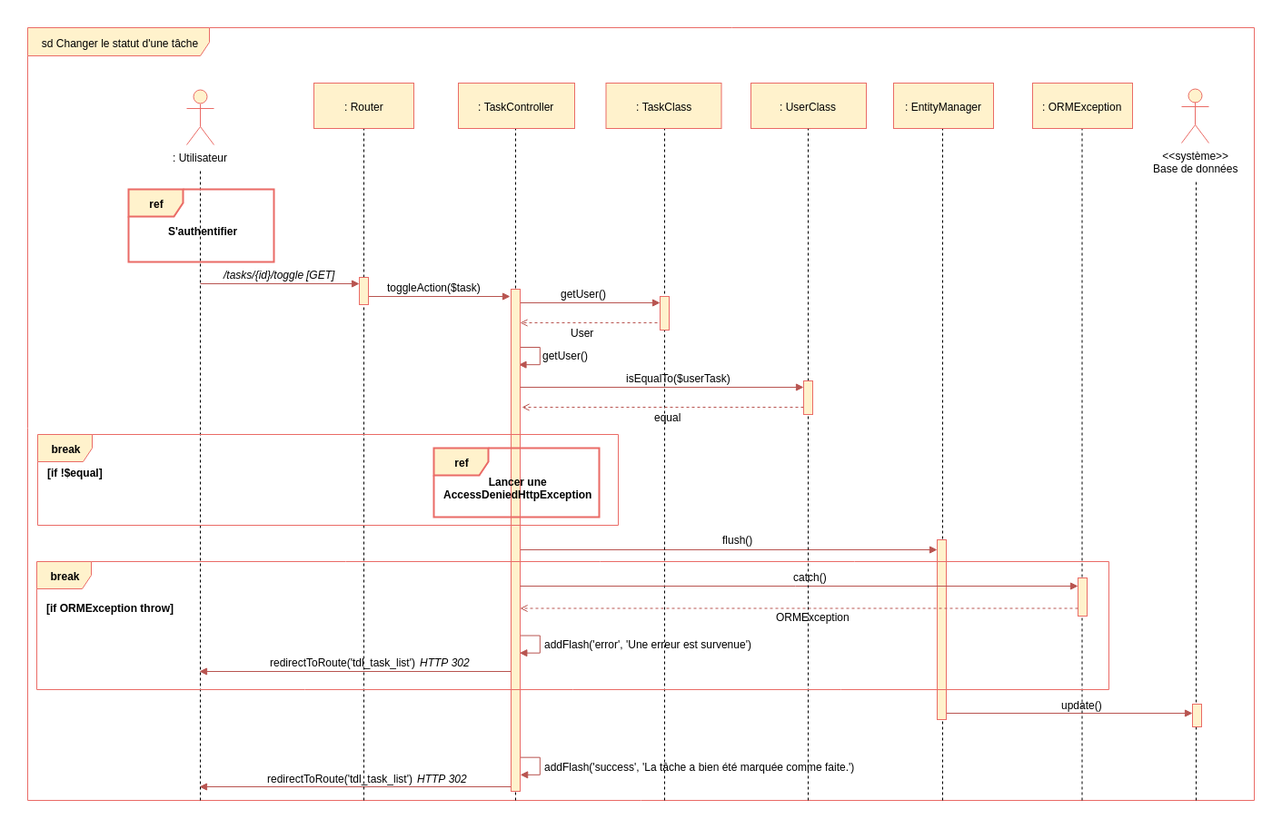
Earlier version of the draw.io export Diagrammes/Changer_statut_tache.png (Thibok/TodoList). Source tidied: cells renumbered, new cells last; positions are measured from the earlier drawing's top-left corner, leaving out a move shared by most shapes.
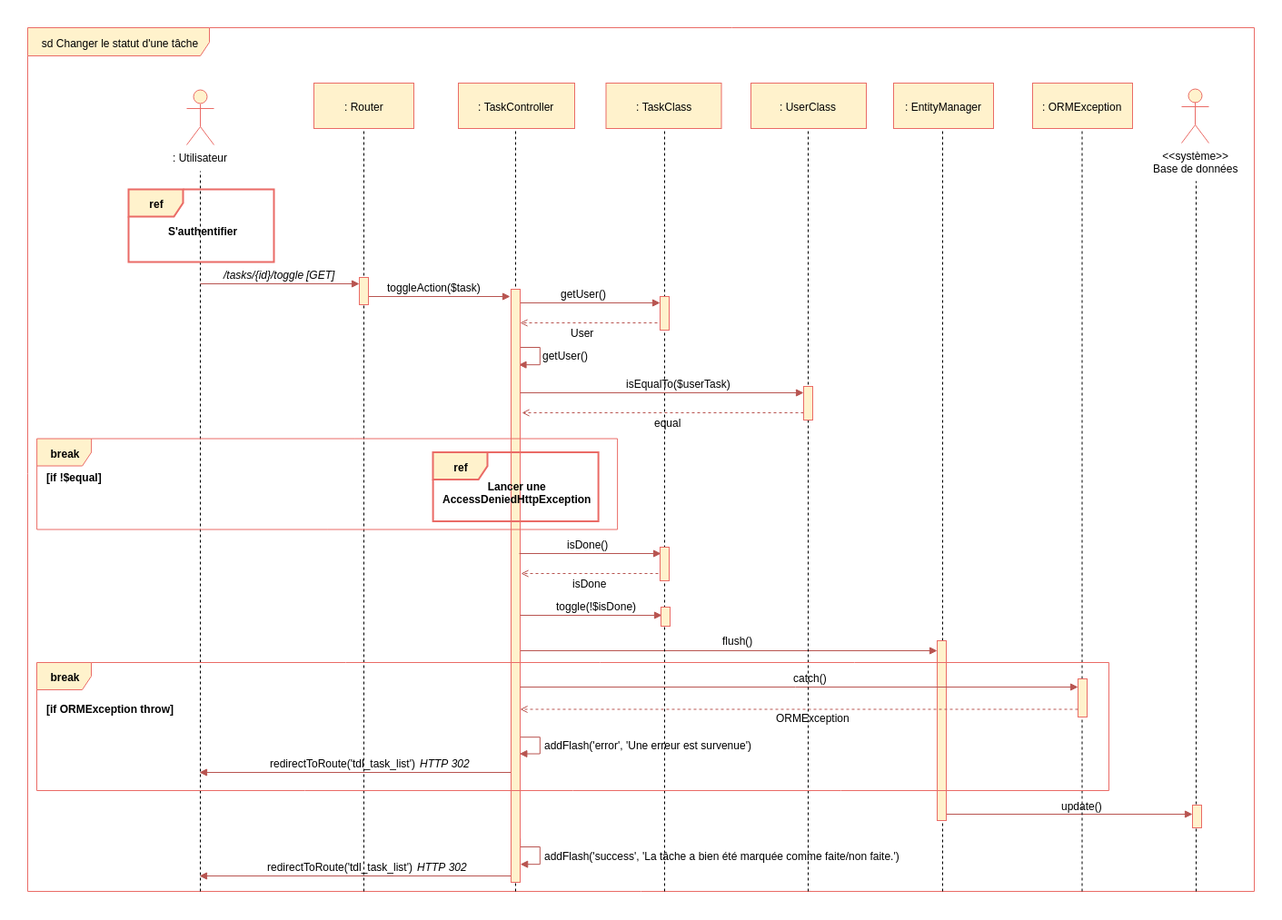
Later version of the same file.

The edit, as a diff of the source:
```diff
@@ -3,46 +3,46 @@
     <mxCell id="0" />
     <mxCell id="1" parent="0" />
     <mxCell id="2" value="sd Changer le statut d'une tâche" style="shape=umlFrame;whiteSpace=wrap;html=1;width=200;height=31;fillColor=#fff2cc;strokeColor=#EA6B66;" parent="1" vertex="1">
-      <mxGeometry width="1350" height="851" as="geometry" />
+      <mxGeometry width="1350" height="951" as="geometry" />
     </mxCell>
     <mxCell id="3" style="endArrow=block;html=1;endFill=1;fillColor=#f8cecc;strokeColor=#b85450;edgeStyle=orthogonalEdgeStyle;rounded=0;entryX=0.91;entryY=0.18;entryDx=0;entryDy=0;entryPerimeter=0;" parent="1" edge="1">
       <mxGeometry relative="1" as="geometry">
-        <mxPoint x="541.5" y="660.5" as="sourcePoint" />
-        <mxPoint x="541.5" y="688.5" as="targetPoint" />
+        <mxPoint x="541.5" y="771.5" as="sourcePoint" />
+        <mxPoint x="541.5" y="799.5" as="targetPoint" />
         <Array as="points">
-          <mxPoint x="542" y="669.9" />
-          <mxPoint x="564" y="669.9" />
-          <mxPoint x="564" y="688.9" />
+          <mxPoint x="542" y="780.9" />
+          <mxPoint x="564" y="780.9" />
+          <mxPoint x="564" y="799.9" />
         </Array>
       </mxGeometry>
     </mxCell>
     <mxCell id="4" style="endArrow=block;html=1;endFill=1;fillColor=#f8cecc;strokeColor=#b85450;edgeStyle=orthogonalEdgeStyle;rounded=0;entryX=0.91;entryY=0.18;entryDx=0;entryDy=0;entryPerimeter=0;" parent="1" edge="1">
       <mxGeometry relative="1" as="geometry">
-        <mxPoint x="542" y="795" as="sourcePoint" />
-        <mxPoint x="542" y="823" as="targetPoint" />
+        <mxPoint x="542" y="893" as="sourcePoint" />
+        <mxPoint x="542" y="921" as="targetPoint" />
         <Array as="points">
-          <mxPoint x="542" y="803.9" />
-          <mxPoint x="564" y="803.9" />
-          <mxPoint x="564" y="822.9" />
+          <mxPoint x="542" y="901.9" />
+          <mxPoint x="564" y="901.9" />
+          <mxPoint x="564" y="920.9" />
         </Array>
       </mxGeometry>
     </mxCell>
     <mxCell id="5" style="endArrow=block;html=1;endFill=1;fillColor=#f8cecc;strokeColor=#b85450;" parent="1" edge="1">
       <mxGeometry relative="1" as="geometry">
-        <mxPoint x="534" y="836" as="sourcePoint" />
-        <mxPoint x="189" y="836" as="targetPoint" />
+        <mxPoint x="534" y="934" as="sourcePoint" />
+        <mxPoint x="189" y="934" as="targetPoint" />
       </mxGeometry>
     </mxCell>
     <mxCell id="6" style="endArrow=block;html=1;endFill=1;fillColor=#f8cecc;strokeColor=#b85450;" parent="1" edge="1">
       <mxGeometry relative="1" as="geometry">
-        <mxPoint x="1010" y="755" as="sourcePoint" />
-        <mxPoint x="1282" y="755" as="targetPoint" />
+        <mxPoint x="1010" y="866" as="sourcePoint" />
+        <mxPoint x="1282" y="866" as="targetPoint" />
       </mxGeometry>
     </mxCell>
     <mxCell id="7" style="endArrow=block;html=1;endFill=1;fillColor=#f8cecc;strokeColor=#b85450;" parent="1" edge="1">
       <mxGeometry relative="1" as="geometry">
-        <mxPoint x="534" y="709" as="sourcePoint" />
-        <mxPoint x="189" y="709" as="targetPoint" />
+        <mxPoint x="534" y="820" as="sourcePoint" />
+        <mxPoint x="189" y="820" as="targetPoint" />
       </mxGeometry>
     </mxCell>
     <mxCell id="8" style="endArrow=block;html=1;endFill=1;fillColor=#f8cecc;strokeColor=#b85450;edgeStyle=orthogonalEdgeStyle;rounded=0;entryX=0.91;entryY=0.18;entryDx=0;entryDy=0;entryPerimeter=0;" parent="1" edge="1">
@@ -70,28 +70,28 @@
     </mxCell>
     <mxCell id="11" style="endArrow=none;dashed=1;html=1;entryX=0.5;entryY=1;" parent="1" edge="1">
       <mxGeometry relative="1" as="geometry">
-        <mxPoint x="1007" y="851" as="sourcePoint" />
+        <mxPoint x="1007" y="951" as="sourcePoint" />
         <mxPoint x="1007" y="101.8" as="targetPoint" />
       </mxGeometry>
     </mxCell>
     <mxCell id="12" style="endArrow=none;dashed=1;html=1;entryX=0.5;entryY=1;exitX=0.276;exitY=1.003;exitPerimeter=0;" parent="1" edge="1">
       <mxGeometry relative="1" as="geometry">
-        <mxPoint x="537" y="851" as="sourcePoint" />
+        <mxPoint x="537" y="951" as="sourcePoint" />
         <mxPoint x="537" y="104" as="targetPoint" />
       </mxGeometry>
     </mxCell>
     <mxCell id="13" style="endArrow=block;html=1;endFill=1;fillColor=#f8cecc;strokeColor=#b85450;" parent="1" edge="1">
       <mxGeometry relative="1" as="geometry">
-        <mxPoint x="542" y="575" as="sourcePoint" />
-        <mxPoint x="1001" y="575" as="targetPoint" />
+        <mxPoint x="542" y="686" as="sourcePoint" />
+        <mxPoint x="1001" y="686" as="targetPoint" />
       </mxGeometry>
     </mxCell>
     <mxCell id="14" style="html=1;perimeter=orthogonalPerimeter;fillColor=#fff2cc;strokeColor=#EA6B66;" parent="1" vertex="1">
-      <mxGeometry x="532" y="288" width="10" height="553" as="geometry" />
+      <mxGeometry x="532" y="288" width="10" height="653" as="geometry" />
     </mxCell>
     <mxCell id="15" style="endArrow=none;dashed=1;html=1;entryX=0.5;entryY=1;" parent="1" edge="1">
       <mxGeometry relative="1" as="geometry">
-        <mxPoint x="701" y="851" as="sourcePoint" />
+        <mxPoint x="701" y="951" as="sourcePoint" />
         <mxPoint x="701" y="104.8" as="targetPoint" />
       </mxGeometry>
     </mxCell>
@@ -103,13 +103,13 @@
     </mxCell>
     <mxCell id="18" style="endArrow=none;dashed=1;html=1;" parent="1" edge="1">
       <mxGeometry relative="1" as="geometry">
-        <mxPoint x="190" y="851" as="sourcePoint" />
+        <mxPoint x="190" y="951" as="sourcePoint" />
         <mxPoint x="190" y="158" as="targetPoint" />
       </mxGeometry>
     </mxCell>
     <mxCell id="19" style="endArrow=none;dashed=1;html=1;entryX=0.5;entryY=1;" parent="1" edge="1">
       <mxGeometry relative="1" as="geometry">
-        <mxPoint x="370" y="851" as="sourcePoint" />
+        <mxPoint x="370" y="951" as="sourcePoint" />
         <mxPoint x="370" y="103.8" as="targetPoint" />
       </mxGeometry>
     </mxCell>
@@ -139,7 +139,7 @@
     </mxCell>
     <mxCell id="26" style="endArrow=none;dashed=1;html=1;" parent="1" edge="1">
       <mxGeometry relative="1" as="geometry">
-        <mxPoint x="1286" y="851" as="sourcePoint" />
+        <mxPoint x="1286" y="951" as="sourcePoint" />
         <mxPoint x="1286" y="169" as="targetPoint" />
       </mxGeometry>
     </mxCell>
@@ -159,10 +159,10 @@
       <mxGeometry x="315" y="61" width="110" height="50" as="geometry" />
     </mxCell>
     <mxCell id="32" value="flush()" style="text;html=1;align=left;verticalAlign=top;spacingTop=-4;" parent="1" vertex="1">
-      <mxGeometry x="763" y="555" width="50" height="10" as="geometry" />
+      <mxGeometry x="763" y="666" width="50" height="10" as="geometry" />
     </mxCell>
     <mxCell id="33" style="html=1;perimeter=orthogonalPerimeter;fillColor=#fff2cc;strokeColor=#EA6B66;" parent="1" vertex="1">
-      <mxGeometry x="1001" y="564" width="10" height="198" as="geometry" />
+      <mxGeometry x="1001" y="675" width="10" height="198" as="geometry" />
     </mxCell>
     <mxCell id="34" value=": TaskController" style="html=1;fillColor=#fff2cc;strokeColor=#EA6B66;" parent="1" vertex="1">
       <mxGeometry x="474" y="61" width="128" height="50" as="geometry" />
@@ -174,10 +174,10 @@
       <mxGeometry x="585" y="284" width="70" height="10" as="geometry" />
     </mxCell>
     <mxCell id="37" style="html=1;perimeter=orthogonalPerimeter;fillColor=#fff2cc;strokeColor=#EA6B66;" parent="1" vertex="1">
-      <mxGeometry x="1282" y="745" width="10" height="25" as="geometry" />
+      <mxGeometry x="1282" y="856" width="10" height="25" as="geometry" />
     </mxCell>
     <mxCell id="38" value="[if ORMException throw]" style="text;html=1;align=left;verticalAlign=top;spacingTop=-4;fontStyle=1;" parent="1" vertex="1">
-      <mxGeometry x="19" y="630.5" width="140" height="10" as="geometry" />
+      <mxGeometry x="19" y="741.5" width="140" height="10" as="geometry" />
     </mxCell>
     <mxCell id="39" value="User" style="text;html=1;align=left;verticalAlign=top;spacingTop=-4;" parent="1" vertex="1">
       <mxGeometry x="596" y="327" width="40" height="10" as="geometry" />
@@ -186,61 +186,61 @@
       <mxGeometry x="565" y="352" width="70" height="10" as="geometry" />
     </mxCell>
     <mxCell id="41" value="[if !$equal]" style="text;html=1;align=left;verticalAlign=top;spacingTop=-4;fontStyle=1;" parent="1" vertex="1">
-      <mxGeometry x="20" y="481" width="70" height="10" as="geometry" />
+      <mxGeometry x="19.1" y="485.5" width="70" height="10" as="geometry" />
     </mxCell>
     <mxCell id="42" value="update()" style="text;html=1;align=left;verticalAlign=top;spacingTop=-4;" parent="1" vertex="1">
-      <mxGeometry x="1136" y="737" width="60" height="10" as="geometry" />
+      <mxGeometry x="1136" y="848" width="60" height="10" as="geometry" />
     </mxCell>
     <mxCell id="43" value="ref" style="shape=umlFrame;whiteSpace=wrap;html=1;fillColor=#fff2cc;strokeColor=#EA6B66;strokeWidth=2;fontStyle=1;" parent="1" vertex="1">
-      <mxGeometry x="447" y="463" width="182" height="76" as="geometry" />
+      <mxGeometry x="446.1" y="467.5" width="182" height="76" as="geometry" />
     </mxCell>
     <mxCell id="44" value="Lancer une&lt;br&gt;&lt;span&gt;AccessDeniedHttpException&lt;/span&gt;&lt;br&gt;" style="text;html=1;align=center;verticalAlign=top;spacingTop=-4;fontStyle=1;" parent="1" vertex="1">
-      <mxGeometry x="455" y="491" width="170" height="30" as="geometry" />
+      <mxGeometry x="454.1" y="495.5" width="170" height="30" as="geometry" />
     </mxCell>
     <mxCell id="45" style="endArrow=none;dashed=1;html=1;entryX=0.5;entryY=1;" parent="1" edge="1">
       <mxGeometry relative="1" as="geometry">
-        <mxPoint x="1160.5" y="851" as="sourcePoint" />
+        <mxPoint x="1160.5" y="951" as="sourcePoint" />
         <mxPoint x="1160.5" y="108.3" as="targetPoint" />
       </mxGeometry>
     </mxCell>
     <mxCell id="46" style="html=1;perimeter=orthogonalPerimeter;fillColor=#fff2cc;strokeColor=#EA6B66;" parent="1" vertex="1">
-      <mxGeometry x="1156" y="606" width="10" height="42" as="geometry" />
+      <mxGeometry x="1156" y="717" width="10" height="42" as="geometry" />
     </mxCell>
     <mxCell id="47" style="endArrow=block;html=1;endFill=1;fillColor=#f8cecc;strokeColor=#b85450;" parent="1" edge="1">
       <mxGeometry relative="1" as="geometry">
-        <mxPoint x="542" y="615" as="sourcePoint" />
-        <mxPoint x="1156" y="615" as="targetPoint" />
+        <mxPoint x="542" y="726" as="sourcePoint" />
+        <mxPoint x="1156" y="726" as="targetPoint" />
       </mxGeometry>
     </mxCell>
     <mxCell id="48" value="catch()" style="text;html=1;align=left;verticalAlign=top;spacingTop=-4;" parent="1" vertex="1">
-      <mxGeometry x="840.5" y="596" width="50" height="10" as="geometry" />
+      <mxGeometry x="840.5" y="707" width="50" height="10" as="geometry" />
     </mxCell>
     <mxCell id="49" style="endArrow=open;html=1;endFill=0;fillColor=#f8cecc;strokeColor=#b85450;dashed=1;exitX=-0.071;exitY=0.702;exitPerimeter=0;" parent="1" edge="1">
       <mxGeometry relative="1" as="geometry">
-        <mxPoint x="1156" y="639.5" as="sourcePoint" />
-        <mxPoint x="542" y="639.5" as="targetPoint" />
+        <mxPoint x="1156" y="750.5" as="sourcePoint" />
+        <mxPoint x="542" y="750.5" as="targetPoint" />
       </mxGeometry>
     </mxCell>
     <mxCell id="50" value="ORMException" style="text;html=1;align=left;verticalAlign=top;spacingTop=-4;" parent="1" vertex="1">
-      <mxGeometry x="822" y="640.5" width="100" height="10" as="geometry" />
+      <mxGeometry x="822" y="751.5" width="100" height="10" as="geometry" />
     </mxCell>
     <mxCell id="51" value="addFlash('error', 'Une erreur est survenue')" style="text;html=1;align=left;verticalAlign=top;spacingTop=-4;" parent="1" vertex="1">
-      <mxGeometry x="567" y="670" width="240" height="10" as="geometry" />
+      <mxGeometry x="567" y="781" width="240" height="10" as="geometry" />
     </mxCell>
     <mxCell id="52" value="redirectToRoute('tdl_task_list')" style="text;html=1;align=left;verticalAlign=top;spacingTop=-4;" parent="1" vertex="1">
-      <mxGeometry x="265" y="690" width="180" height="10" as="geometry" />
+      <mxGeometry x="265" y="801" width="180" height="10" as="geometry" />
     </mxCell>
     <mxCell id="53" value="HTTP 302" style="text;html=1;align=left;verticalAlign=top;spacingTop=-4;fontStyle=2;" parent="1" vertex="1">
-      <mxGeometry x="430" y="690" width="70" height="10" as="geometry" />
+      <mxGeometry x="430" y="801" width="70" height="10" as="geometry" />
     </mxCell>
-    <mxCell id="54" value="addFlash('success', 'La tâche a bien été marquée comme faite.')" style="text;html=1;align=left;verticalAlign=top;spacingTop=-4;" parent="1" vertex="1">
-      <mxGeometry x="567" y="805" width="360" height="10" as="geometry" />
+    <mxCell id="54" value="addFlash('success', 'La tâche a bien été marquée comme faite/non faite.')" style="text;html=1;align=left;verticalAlign=top;spacingTop=-4;" parent="1" vertex="1">
+      <mxGeometry x="567" y="903" width="410" height="10" as="geometry" />
     </mxCell>
     <mxCell id="55" value="redirectToRoute('tdl_task_list')" style="text;html=1;align=left;verticalAlign=top;spacingTop=-4;" parent="1" vertex="1">
-      <mxGeometry x="262" y="817.5" width="180" height="10" as="geometry" />
+      <mxGeometry x="262" y="915.5" width="180" height="10" as="geometry" />
     </mxCell>
     <mxCell id="56" value="HTTP 302" style="text;html=1;align=left;verticalAlign=top;spacingTop=-4;fontStyle=2;" parent="1" vertex="1">
-      <mxGeometry x="427" y="817.5" width="70" height="10" as="geometry" />
+      <mxGeometry x="427" y="915.5" width="70" height="10" as="geometry" />
     </mxCell>
     <mxCell id="57" value=": ORMException" style="html=1;fillColor=#fff2cc;strokeColor=#EA6B66;" parent="1" vertex="1">
       <mxGeometry x="1106" y="61" width="110" height="50" as="geometry" />
@@ -250,36 +250,69 @@
     </mxCell>
     <mxCell id="59" style="endArrow=none;dashed=1;html=1;entryX=0.5;entryY=1;" parent="1" edge="1">
       <mxGeometry relative="1" as="geometry">
-        <mxPoint x="859" y="851" as="sourcePoint" />
+        <mxPoint x="859" y="951" as="sourcePoint" />
         <mxPoint x="859" y="111.3" as="targetPoint" />
       </mxGeometry>
     </mxCell>
     <mxCell id="60" style="endArrow=block;html=1;endFill=1;fillColor=#f8cecc;strokeColor=#b85450;" parent="1" edge="1">
       <mxGeometry relative="1" as="geometry">
-        <mxPoint x="542" y="396" as="sourcePoint" />
-        <mxPoint x="854" y="396" as="targetPoint" />
+        <mxPoint x="542" y="402" as="sourcePoint" />
+        <mxPoint x="854" y="402" as="targetPoint" />
       </mxGeometry>
     </mxCell>
     <mxCell id="61" style="endArrow=open;html=1;endFill=0;fillColor=#f8cecc;strokeColor=#b85450;dashed=1;exitX=-0.071;exitY=0.702;exitPerimeter=0;" parent="1" edge="1">
       <mxGeometry relative="1" as="geometry">
-        <mxPoint x="854" y="418" as="sourcePoint" />
-        <mxPoint x="544" y="418" as="targetPoint" />
+        <mxPoint x="854" y="424" as="sourcePoint" />
+        <mxPoint x="544" y="424" as="targetPoint" />
       </mxGeometry>
     </mxCell>
     <mxCell id="62" style="html=1;perimeter=orthogonalPerimeter;fillColor=#fff2cc;strokeColor=#EA6B66;" parent="1" vertex="1">
-      <mxGeometry x="854" y="389" width="10" height="37" as="geometry" />
+      <mxGeometry x="854" y="395" width="10" height="37" as="geometry" />
     </mxCell>
     <mxCell id="63" value="isEqualTo($userTask)" style="text;html=1;align=left;verticalAlign=top;spacingTop=-4;" parent="1" vertex="1">
-      <mxGeometry x="657" y="377" width="130" height="10" as="geometry" />
+      <mxGeometry x="657" y="383" width="130" height="10" as="geometry" />
     </mxCell>
     <mxCell id="64" value="equal" style="text;html=1;align=left;verticalAlign=top;spacingTop=-4;" parent="1" vertex="1">
-      <mxGeometry x="688" y="420" width="40" height="10" as="geometry" />
+      <mxGeometry x="688" y="426" width="40" height="10" as="geometry" />
     </mxCell>
     <mxCell id="65" value="break" style="shape=umlFrame;whiteSpace=wrap;html=1;fontColor=#000000;fillColor=#fff2cc;strokeColor=#EA6B66;fontStyle=1;" parent="1" vertex="1">
-      <mxGeometry x="11" y="448" width="639" height="100" as="geometry" />
+      <mxGeometry x="10.1" y="452.5" width="639" height="100" as="geometry" />
     </mxCell>
     <mxCell id="66" value="break" style="shape=umlFrame;whiteSpace=wrap;html=1;fontColor=#000000;fillColor=#fff2cc;strokeColor=#EA6B66;fontStyle=1;" parent="1" vertex="1">
-      <mxGeometry x="10" y="588" width="1180" height="141" as="geometry" />
+      <mxGeometry x="10" y="699" width="1180" height="141" as="geometry" />
     </mxCell>
+    <mxCell id="67" style="endArrow=block;html=1;endFill=1;fillColor=#f8cecc;strokeColor=#b85450;" parent="1" edge="1">
+      <mxGeometry relative="1" as="geometry">
+        <mxPoint x="541" y="579" as="sourcePoint" />
+        <mxPoint x="697" y="579" as="targetPoint" />
+      </mxGeometry>
+    </mxCell>
+    <mxCell id="68" style="endArrow=open;html=1;endFill=0;fillColor=#f8cecc;strokeColor=#b85450;dashed=1;exitX=-0.071;exitY=0.702;exitPerimeter=0;" parent="1" edge="1">
+      <mxGeometry relative="1" as="geometry">
+        <mxPoint x="700" y="601" as="sourcePoint" />
+        <mxPoint x="543" y="601" as="targetPoint" />
+      </mxGeometry>
+    </mxCell>
+    <mxCell id="69" style="html=1;perimeter=orthogonalPerimeter;fillColor=#fff2cc;strokeColor=#EA6B66;" parent="1" vertex="1">
+      <mxGeometry x="696" y="572" width="10" height="37" as="geometry" />
+    </mxCell>
+    <mxCell id="70" value="isDone()" style="text;html=1;align=left;verticalAlign=top;spacingTop=-4;" parent="1" vertex="1">
+      <mxGeometry x="592" y="560" width="60" height="10" as="geometry" />
+    </mxCell>
+    <mxCell id="71" value="isDone" style="text;html=1;align=left;verticalAlign=top;spacingTop=-4;" parent="1" vertex="1">
+      <mxGeometry x="598" y="603" width="50" height="10" as="geometry" />
+    </mxCell>
+    <mxCell id="72" style="endArrow=block;html=1;endFill=1;fillColor=#f8cecc;strokeColor=#b85450;" parent="1" edge="1">
+      <mxGeometry relative="1" as="geometry">
+        <mxPoint x="542" y="647" as="sourcePoint" />
+        <mxPoint x="698" y="647" as="targetPoint" />
+      </mxGeometry>
+    </mxCell>
+    <mxCell id="73" style="html=1;perimeter=orthogonalPerimeter;fillColor=#fff2cc;strokeColor=#EA6B66;" parent="1" vertex="1">
+      <mxGeometry x="697" y="638" width="10" height="21" as="geometry" />
+    </mxCell>
+    <mxCell id="74" value="toggle(!$isDone)" style="text;html=1;align=left;verticalAlign=top;spacingTop=-4;" parent="1" vertex="1">
+      <mxGeometry x="580" y="628" width="100" height="10" as="geometry" />
+    </mxCell>
   </root>
 </mxGraphModel>
```
